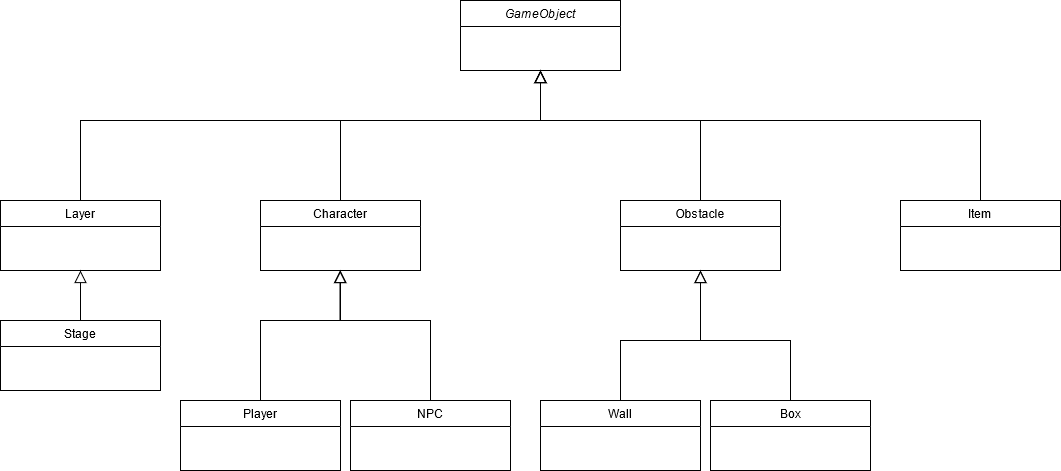
This is imgs/Class_diagram.png from k1ltr0h/SDL_tutorial, a draw.io export, as it was before one commit. Source tidied: cells renumbered, new cells last; positions are measured from the earlier drawing's top-left corner, leaving out a move shared by most shapes.
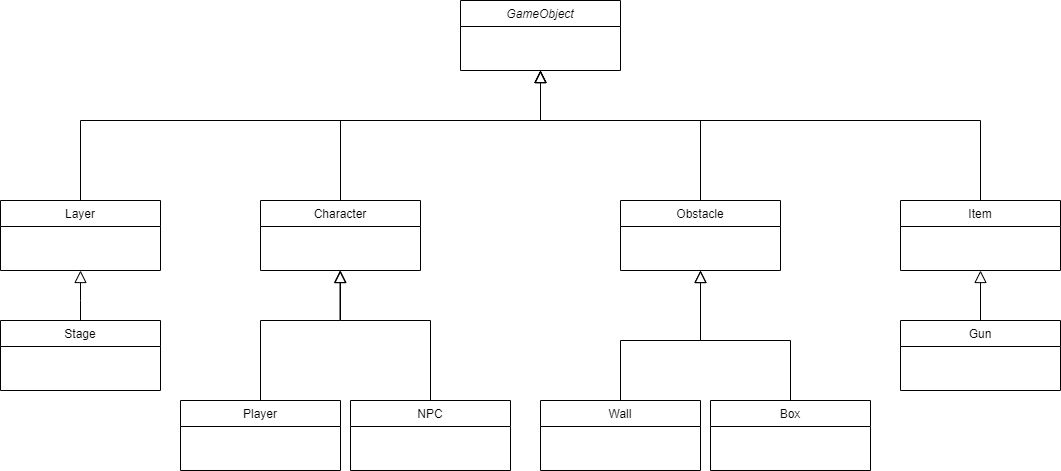
The same diagram one commit later.

Diff of the diagram source:
```diff
@@ -120,5 +120,17 @@
     <mxCell id="20" value="Wall" style="swimlane;fontStyle=0;align=center;verticalAlign=top;horizontal=1;startSize=26;rounded=0;shadow=0;strokeWidth=1;" parent="1" vertex="1">
       <mxGeometry x="540" y="400" width="160" height="70" as="geometry" />
     </mxCell>
+    <mxCell id="21" style="endArrow=block;endSize=10;endFill=0;shadow=0;strokeWidth=1;rounded=0;edgeStyle=elbowEdgeStyle;elbow=vertical;entryX=0.5;entryY=1;entryDx=0;entryDy=0;exitX=0.5;exitY=0;exitDx=0;exitDy=0;" parent="1" edge="1" source="22">
+      <mxGeometry relative="1" as="geometry">
+        <mxPoint x="980" y="270" as="targetPoint" />
+        <Array as="points">
+          <mxPoint x="920" y="340" />
+          <mxPoint x="1080" y="335" />
+        </Array>
+      </mxGeometry>
+    </mxCell>
+    <mxCell id="22" value="Gun" style="swimlane;fontStyle=0;align=center;verticalAlign=top;horizontal=1;startSize=26;rounded=0;shadow=0;strokeWidth=1;" parent="1" vertex="1">
+      <mxGeometry x="900" y="320" width="160" height="70" as="geometry" />
+    </mxCell>
   </root>
 </mxGraphModel>
```
